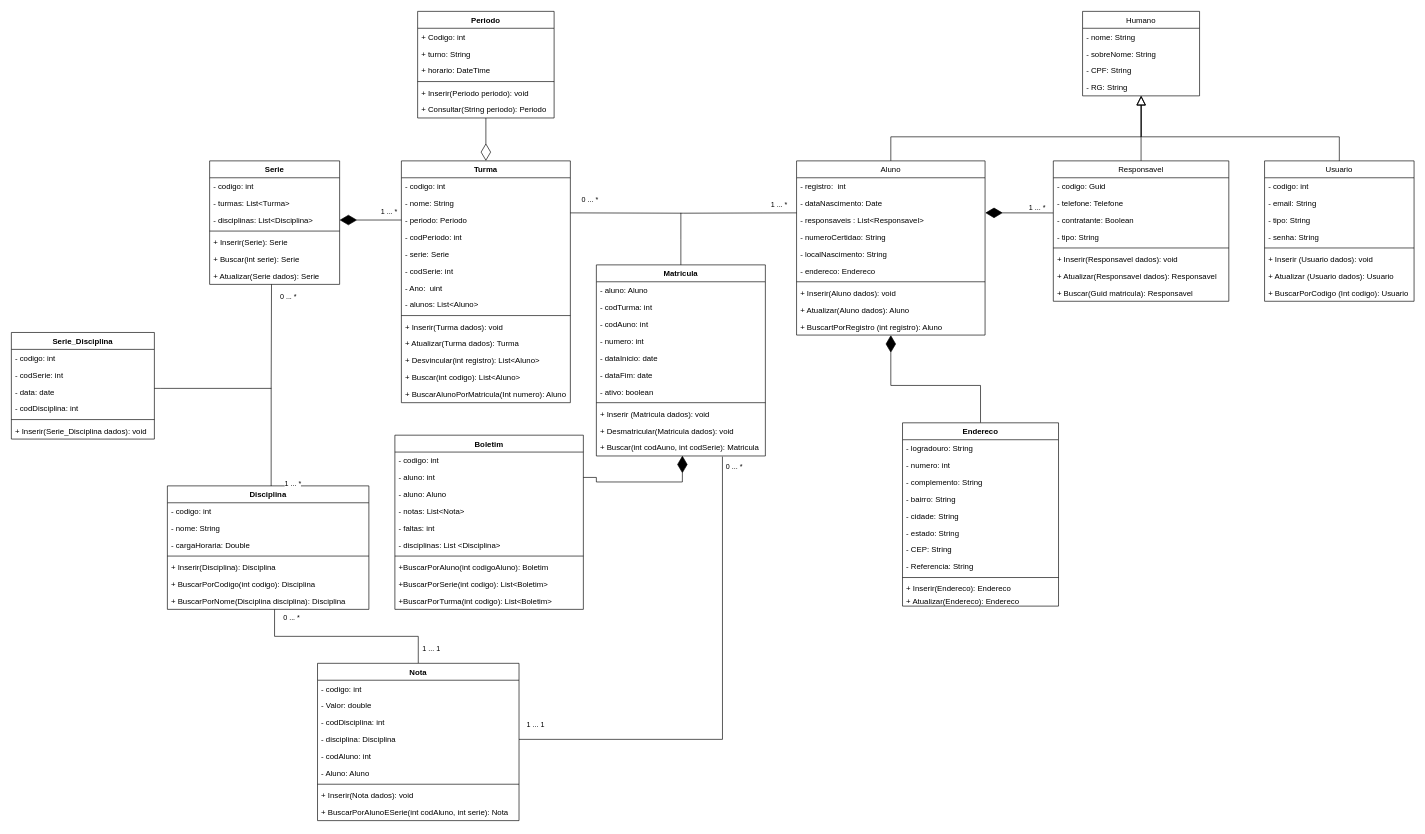
Before: diagrama_de_classes-se.drawio in marlonbatista/SE, a draw.io diagram. Source tidied: cells renumbered, new cells numbered last; positions are measured from the earlier drawing's top-left corner, leaving out a move shared by most shapes. Both pictures are drawn from the tidied source at 65%, with x=0, y=0 at pixel (11, 11).
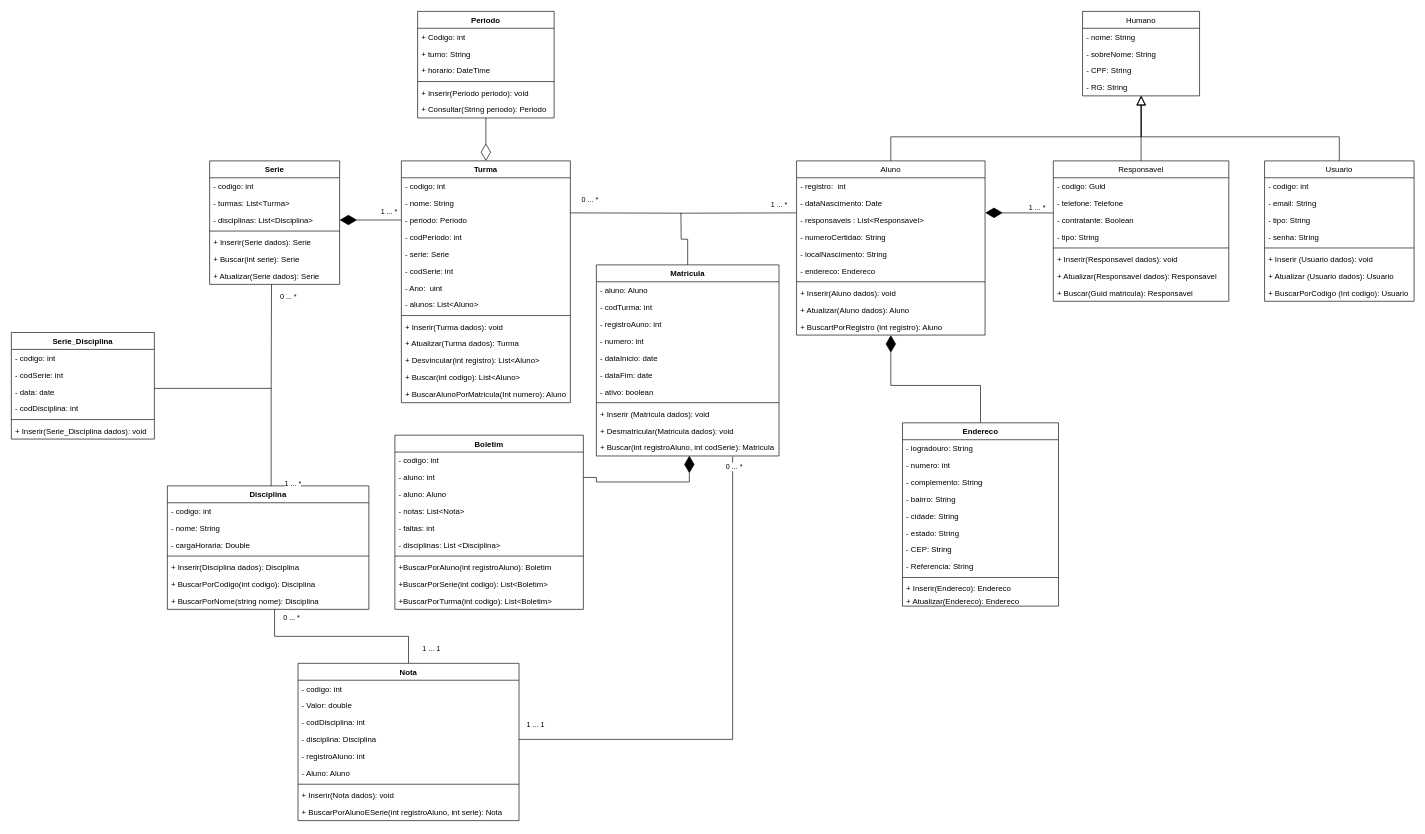
The same page after the edit.

Commit message (it also covers changes not shown here):
Diagrama atualizado

Unchanged cells that the change refers to:
```xml
<mxCell id="56" value="Serie" style="swimlane;fontStyle=1;align=center;verticalAlign=top;horizontal=1;startSize=26;" parent="1" vertex="1">
  <mxGeometry x="305" y="230" width="200" height="190" as="geometry" />
</mxCell>
<mxCell id="95" value="Disciplina" style="swimlane;fontStyle=1;align=center;verticalAlign=top;horizontal=1;startSize=26;" parent="1" vertex="1">
  <mxGeometry x="240" y="730" width="310" height="190" as="geometry" />
</mxCell>
<mxCell id="103" value="Boletim" style="swimlane;fontStyle=1;align=center;verticalAlign=top;horizontal=1;startSize=26;" parent="1" vertex="1">
  <mxGeometry x="590" y="652" width="290" height="268" as="geometry" />
</mxCell>
```

The edit, as a diff of the source:
```diff
@@
-    <mxCell id="61" value="+ Inserir(Serie): Serie" style="text;strokeColor=none;fillColor=none;align=left;verticalAlign=top;spacingLeft=4;spacingRight=4;overflow=hidden;" parent="56" vertex="1">
+    <mxCell id="61" value="+ Inserir(Serie dados): Serie" style="text;strokeColor=none;fillColor=none;align=left;verticalAlign=top;spacingLeft=4;spacingRight=4;overflow=hidden;" parent="56" vertex="1">
       <mxGeometry y="112" width="200" height="26" as="geometry" />
     </mxCell>
@@
     <mxCell id="80" value="Matricula" style="swimlane;fontStyle=1;align=center;verticalAlign=top;horizontal=1;startSize=26;" parent="1" vertex="1">
-      <mxGeometry x="900" y="390" width="260" height="294" as="geometry" />
+      <mxGeometry x="900" y="390" width="281" height="294" as="geometry" />
     </mxCell>
     <mxCell id="81" value="- aluno: Aluno" style="text;strokeColor=none;fillColor=none;align=left;verticalAlign=top;spacingLeft=4;spacingRight=4;overflow=hidden;" parent="80" vertex="1">
-      <mxGeometry y="26" width="260" height="26" as="geometry" />
+      <mxGeometry y="26" width="281" height="26" as="geometry" />
     </mxCell>
     <mxCell id="82" value="- codTurma: int" style="text;strokeColor=none;fillColor=none;align=left;verticalAlign=top;spacingLeft=4;spacingRight=4;overflow=hidden;" parent="80" vertex="1">
-      <mxGeometry y="52" width="260" height="26" as="geometry" />
+      <mxGeometry y="52" width="281" height="26" as="geometry" />
     </mxCell>
-    <mxCell id="83" value="- codAuno: int" style="text;strokeColor=none;fillColor=none;align=left;verticalAlign=top;spacingLeft=4;spacingRight=4;overflow=hidden;" parent="80" vertex="1">
-      <mxGeometry y="78" width="260" height="26" as="geometry" />
+    <mxCell id="83" value="- registroAuno: int" style="text;strokeColor=none;fillColor=none;align=left;verticalAlign=top;spacingLeft=4;spacingRight=4;overflow=hidden;" parent="80" vertex="1">
+      <mxGeometry y="78" width="281" height="26" as="geometry" />
     </mxCell>
     <mxCell id="84" value="- numero: int" style="text;strokeColor=none;fillColor=none;align=left;verticalAlign=top;spacingLeft=4;spacingRight=4;overflow=hidden;" parent="80" vertex="1">
-      <mxGeometry y="104" width="260" height="26" as="geometry" />
+      <mxGeometry y="104" width="281" height="26" as="geometry" />
     </mxCell>
     <mxCell id="85" value="- dataInicio: date" style="text;strokeColor=none;fillColor=none;align=left;verticalAlign=top;spacingLeft=4;spacingRight=4;overflow=hidden;" parent="80" vertex="1">
-      <mxGeometry y="130" width="260" height="26" as="geometry" />
+      <mxGeometry y="130" width="281" height="26" as="geometry" />
     </mxCell>
     <mxCell id="86" value="- dataFim: date" style="text;strokeColor=none;fillColor=none;align=left;verticalAlign=top;spacingLeft=4;spacingRight=4;overflow=hidden;" parent="80" vertex="1">
-      <mxGeometry y="156" width="260" height="26" as="geometry" />
+      <mxGeometry y="156" width="281" height="26" as="geometry" />
     </mxCell>
     <mxCell id="87" value="- ativo: boolean" style="text;strokeColor=none;fillColor=none;align=left;verticalAlign=top;spacingLeft=4;spacingRight=4;overflow=hidden;" parent="80" vertex="1">
-      <mxGeometry y="182" width="260" height="26" as="geometry" />
+      <mxGeometry y="182" width="281" height="26" as="geometry" />
     </mxCell>
     <mxCell id="88" style="line;strokeWidth=1;fillColor=none;align=left;verticalAlign=middle;spacingTop=-1;spacingLeft=3;spacingRight=3;labelPosition=right;strokeColor=inherit;" parent="80" vertex="1">
-      <mxGeometry y="208" width="260" height="8" as="geometry" />
+      <mxGeometry y="208" width="281" height="8" as="geometry" />
     </mxCell>
     <mxCell id="89" value="+ Inserir (Matricula dados): void" style="text;strokeColor=none;fillColor=none;align=left;verticalAlign=top;spacingLeft=4;spacingRight=4;overflow=hidden;" parent="80" vertex="1">
-      <mxGeometry y="216" width="260" height="26" as="geometry" />
+      <mxGeometry y="216" width="281" height="26" as="geometry" />
     </mxCell>
     <mxCell id="90" value="+ Desmatricular(Matricula dados): void" style="text;strokeColor=none;fillColor=none;align=left;verticalAlign=top;spacingLeft=4;spacingRight=4;overflow=hidden;" parent="80" vertex="1">
-      <mxGeometry y="242" width="260" height="26" as="geometry" />
+      <mxGeometry y="242" width="281" height="26" as="geometry" />
     </mxCell>
-    <mxCell id="91" value="+ Buscar(int codAuno, int codSerie): Matricula" style="text;strokeColor=none;fillColor=none;align=left;verticalAlign=top;spacingLeft=4;spacingRight=4;overflow=hidden;points=[[0,0.5],[1,0.5]];portConstraint=eastwest;" parent="80" vertex="1">
-      <mxGeometry y="268" width="260" height="26" as="geometry" />
+    <mxCell id="91" value="+ Buscar(int registroAluno, int codSerie): Matricula" style="text;strokeColor=none;fillColor=none;align=left;verticalAlign=top;spacingLeft=4;spacingRight=4;overflow=hidden;points=[[0,0.5],[1,0.5]];portConstraint=eastwest;" parent="80" vertex="1">
+      <mxGeometry y="268" width="281" height="26" as="geometry" />
     </mxCell>
@@
-    <mxCell id="100" value="+ Inserir(Disciplina): Disciplina" style="text;strokeColor=none;fillColor=none;align=left;verticalAlign=top;spacingLeft=4;spacingRight=4;overflow=hidden;" parent="95" vertex="1">
+    <mxCell id="100" value="+ Inserir(Disciplina dados): Disciplina" style="text;strokeColor=none;fillColor=none;align=left;verticalAlign=top;spacingLeft=4;spacingRight=4;overflow=hidden;" parent="95" vertex="1">
       <mxGeometry y="112" width="310" height="26" as="geometry" />
     </mxCell>
@@
-    <mxCell id="102" value="+ BuscarPorNome(Disciplina disciplina): Disciplina" style="text;strokeColor=none;fillColor=none;align=left;verticalAlign=top;spacingLeft=4;spacingRight=4;overflow=hidden;points=[[0,0.5],[1,0.5]];portConstraint=eastwest;" parent="95" vertex="1">
+    <mxCell id="102" value="+ BuscarPorNome(string nome): Disciplina" style="text;strokeColor=none;fillColor=none;align=left;verticalAlign=top;spacingLeft=4;spacingRight=4;overflow=hidden;points=[[0,0.5],[1,0.5]];portConstraint=eastwest;" parent="95" vertex="1">
       <mxGeometry y="164" width="310" height="26" as="geometry" />
     </mxCell>
@@
-    <mxCell id="111" value="+BuscarPorAluno(int codigoAluno): Boletim" style="text;strokeColor=none;fillColor=none;align=left;verticalAlign=top;spacingLeft=4;spacingRight=4;overflow=hidden;" parent="103" vertex="1">
+    <mxCell id="111" value="+BuscarPorAluno(int registroAluno): Boletim" style="text;strokeColor=none;fillColor=none;align=left;verticalAlign=top;spacingLeft=4;spacingRight=4;overflow=hidden;" parent="103" vertex="1">
       <mxGeometry y="190" width="290" height="26" as="geometry" />
     </mxCell>
@@
     <mxCell id="137" value="Nota" style="swimlane;fontStyle=1;align=center;verticalAlign=top;horizontal=1;startSize=26;" parent="1" vertex="1">
-      <mxGeometry x="471" y="1003" width="310" height="242" as="geometry" />
+      <mxGeometry x="441" y="1003" width="340" height="242" as="geometry" />
     </mxCell>
     <mxCell id="138" value="- codigo: int" style="text;strokeColor=none;fillColor=none;align=left;verticalAlign=top;spacingLeft=4;spacingRight=4;overflow=hidden;" parent="137" vertex="1">
-      <mxGeometry y="26" width="310" height="26" as="geometry" />
+      <mxGeometry y="26" width="340" height="26" as="geometry" />
     </mxCell>
     <mxCell id="139" value="- Valor: double" style="text;strokeColor=none;fillColor=none;align=left;verticalAlign=top;spacingLeft=4;spacingRight=4;overflow=hidden;" parent="137" vertex="1">
-      <mxGeometry y="52" width="310" height="26" as="geometry" />
+      <mxGeometry y="52" width="340" height="26" as="geometry" />
     </mxCell>
     <mxCell id="140" value="- codDisciplina: int " style="text;strokeColor=none;fillColor=none;align=left;verticalAlign=top;spacingLeft=4;spacingRight=4;overflow=hidden;" parent="137" vertex="1">
-      <mxGeometry y="78" width="310" height="26" as="geometry" />
+      <mxGeometry y="78" width="340" height="26" as="geometry" />
     </mxCell>
     <mxCell id="141" value="- disciplina: Disciplina" style="text;strokeColor=none;fillColor=none;align=left;verticalAlign=top;spacingLeft=4;spacingRight=4;overflow=hidden;points=[[0,0.5],[1,0.5]];portConstraint=eastwest;" parent="137" vertex="1">
-      <mxGeometry y="104" width="310" height="26" as="geometry" />
+      <mxGeometry y="104" width="340" height="26" as="geometry" />
     </mxCell>
-    <mxCell id="142" value="- codAluno: int" style="text;strokeColor=none;fillColor=none;align=left;verticalAlign=top;spacingLeft=4;spacingRight=4;overflow=hidden;" parent="137" vertex="1">
-      <mxGeometry y="130" width="310" height="26" as="geometry" />
+    <mxCell id="142" value="- registroAluno: int" style="text;strokeColor=none;fillColor=none;align=left;verticalAlign=top;spacingLeft=4;spacingRight=4;overflow=hidden;" parent="137" vertex="1">
+      <mxGeometry y="130" width="340" height="26" as="geometry" />
     </mxCell>
     <mxCell id="143" value="- Aluno: Aluno" style="text;strokeColor=none;fillColor=none;align=left;verticalAlign=top;spacingLeft=4;spacingRight=4;overflow=hidden;" parent="137" vertex="1">
-      <mxGeometry y="156" width="310" height="26" as="geometry" />
+      <mxGeometry y="156" width="340" height="26" as="geometry" />
     </mxCell>
     <mxCell id="144" style="line;strokeWidth=1;fillColor=none;align=left;verticalAlign=middle;spacingTop=-1;spacingLeft=3;spacingRight=3;labelPosition=right;strokeColor=inherit;" parent="137" vertex="1">
-      <mxGeometry y="182" width="310" height="8" as="geometry" />
+      <mxGeometry y="182" width="340" height="8" as="geometry" />
     </mxCell>
     <mxCell id="145" value="+ Inserir(Nota dados): void" style="text;strokeColor=none;fillColor=none;align=left;verticalAlign=top;spacingLeft=4;spacingRight=4;overflow=hidden;" parent="137" vertex="1">
-      <mxGeometry y="190" width="310" height="26" as="geometry" />
+      <mxGeometry y="190" width="340" height="26" as="geometry" />
     </mxCell>
-    <mxCell id="146" value="+ BuscarPorAlunoESerie(int codAluno, int serie): Nota" style="text;strokeColor=none;fillColor=none;align=left;verticalAlign=top;spacingLeft=4;spacingRight=4;overflow=hidden;" parent="137" vertex="1">
-      <mxGeometry y="216" width="310" height="26" as="geometry" />
+    <mxCell id="146" value="+ BuscarPorAlunoESerie(int registroAluno, int serie): Nota" style="text;strokeColor=none;fillColor=none;align=left;verticalAlign=top;spacingLeft=4;spacingRight=4;overflow=hidden;" parent="137" vertex="1">
+      <mxGeometry y="216" width="340" height="26" as="geometry" />
     </mxCell>
```
